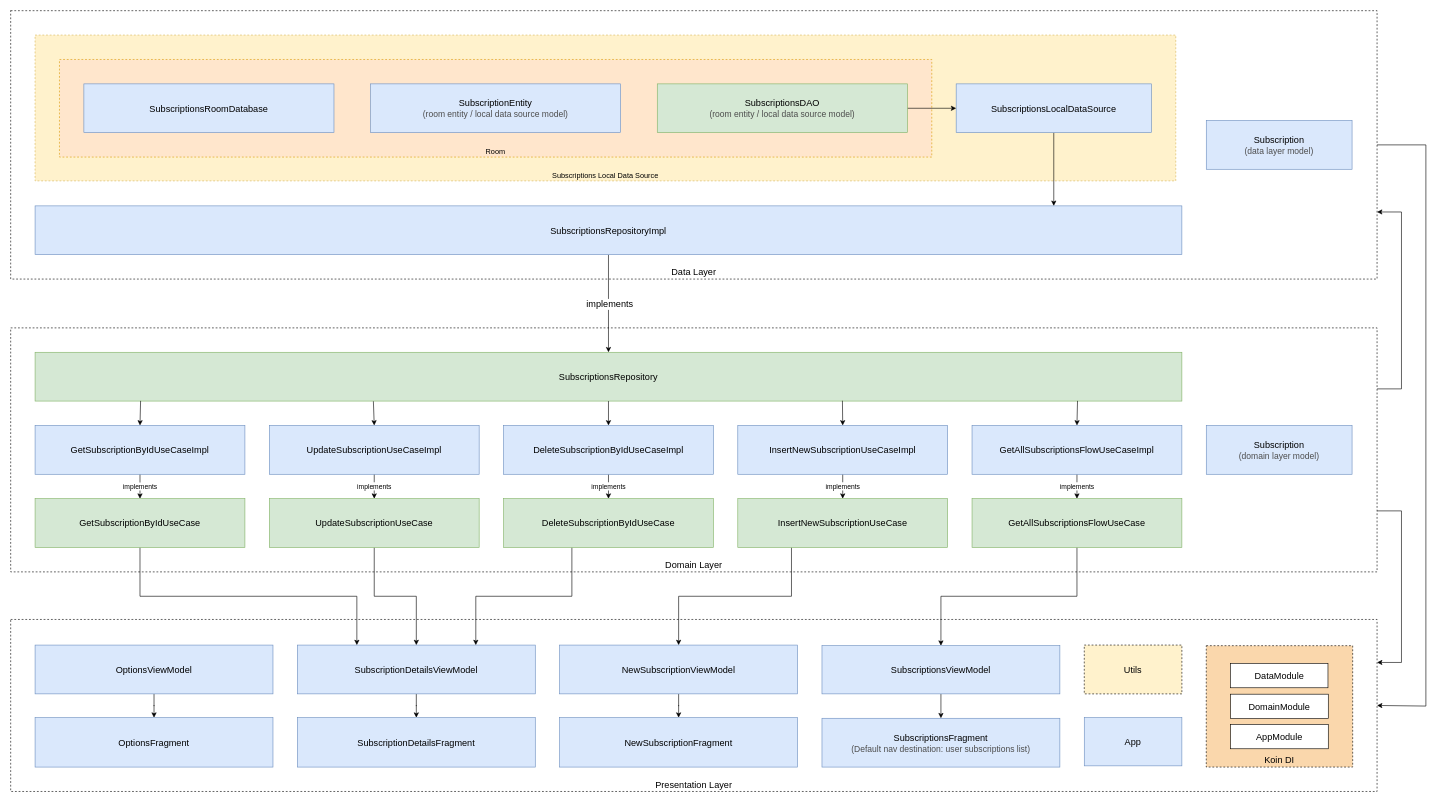
This is architecture/Subscriptions Manager App Architecture Diagram.drawio from karateka-git/subscriptions-manager, a draw.io file, before an edit. Source tidied: cells renumbered, new cells numbered last; positions are measured from the earlier drawing's top-left corner, leaving out a move shared by most shapes. Both pictures are drawn from the tidied source at 61%, with x=0, y=0 at pixel (10, 10).
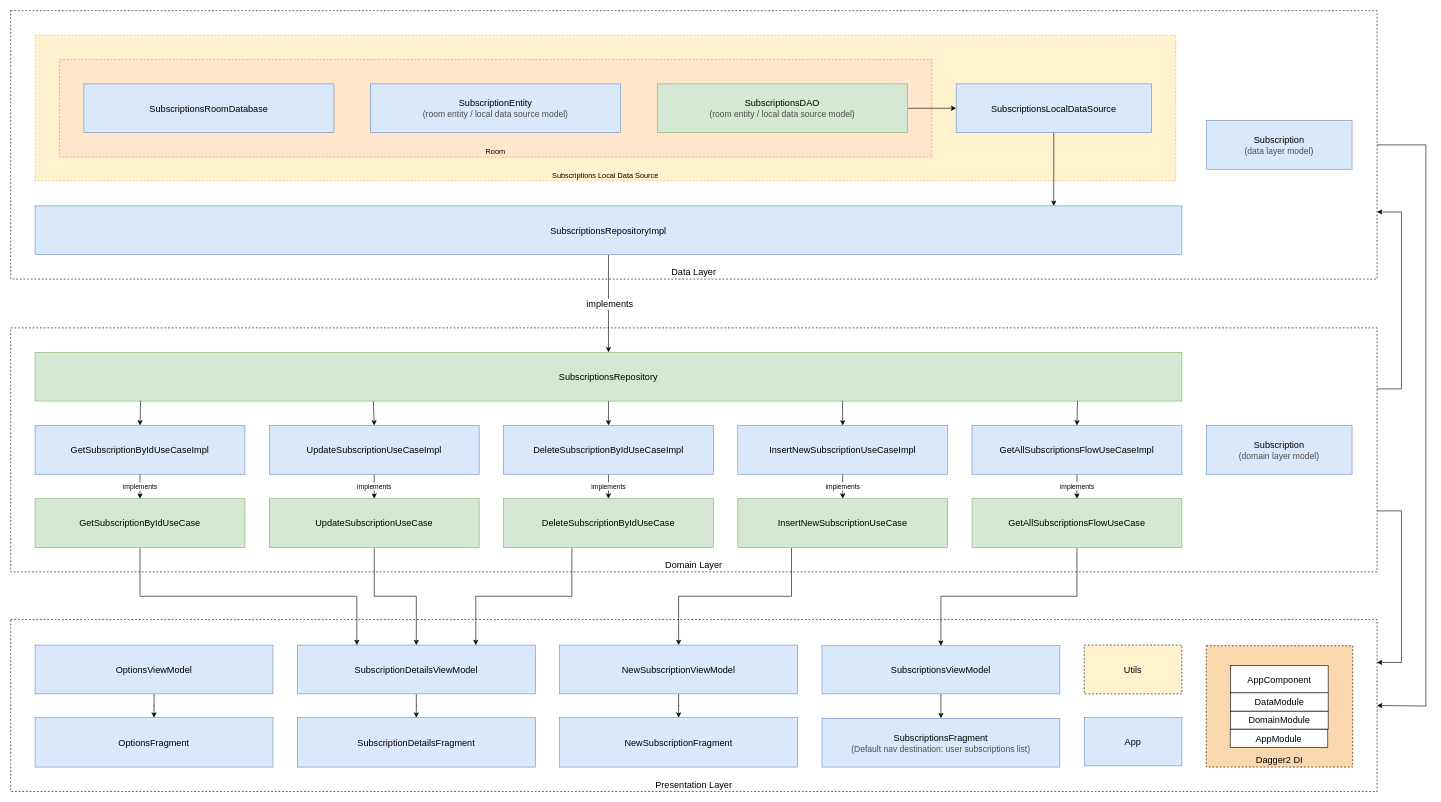
The same diagram, later.

The edit, as a diff of the source:
```diff
@@
-    <mxCell id="23" value="&lt;font style=&quot;font-size: 15px;&quot;&gt;Koin DI&lt;/font&gt;" style="rounded=0;whiteSpace=wrap;html=1;align=center;verticalAlign=bottom;fillColor=#fad7ac;strokeColor=#000000;dashed=1;" parent="1" vertex="1">
+    <mxCell id="23" value="&lt;font style=&quot;font-size: 15px;&quot;&gt;Dagger2 DI&lt;/font&gt;" style="rounded=0;whiteSpace=wrap;html=1;align=center;verticalAlign=bottom;fillColor=#fad7ac;strokeColor=#000000;dashed=1;" parent="1" vertex="1">
       <mxGeometry x="1960" y="1041" width="240" height="199" as="geometry" />
     </mxCell>
     <mxCell id="24" value="&lt;font style=&quot;font-size: 15px;&quot;&gt;AppModule&lt;/font&gt;" style="rounded=0;whiteSpace=wrap;html=1;" parent="1" vertex="1">
-      <mxGeometry x="2000" y="1170" width="160" height="40" as="geometry" />
+      <mxGeometry x="1999.2" y="1177.8" width="160" height="30" as="geometry" />
     </mxCell>
     <mxCell id="25" value="&lt;font style=&quot;font-size: 15px;&quot;&gt;DomainModule&lt;/font&gt;" style="rounded=0;whiteSpace=wrap;html=1;" parent="1" vertex="1">
-      <mxGeometry x="2000" y="1120.5" width="160" height="40" as="geometry" />
+      <mxGeometry x="1999.8" y="1148.2" width="160" height="29.5" as="geometry" />
     </mxCell>
     <mxCell id="26" value="&lt;font style=&quot;font-size: 15px;&quot;&gt;DataModule&lt;/font&gt;" style="rounded=0;whiteSpace=wrap;html=1;" parent="1" vertex="1">
-      <mxGeometry x="1999.5" y="1070" width="160" height="40" as="geometry" />
+      <mxGeometry x="1999.8" y="1118.2" width="160" height="30" as="geometry" />
     </mxCell>
@@
+    <mxCell id="65" value="&lt;font style=&quot;font-size: 15px;&quot;&gt;AppComponent&lt;/font&gt;" style="rounded=0;whiteSpace=wrap;html=1;" parent="1" vertex="1">
+      <mxGeometry x="1999.8" y="1073.2" width="160" height="45" as="geometry" />
+    </mxCell>
```
